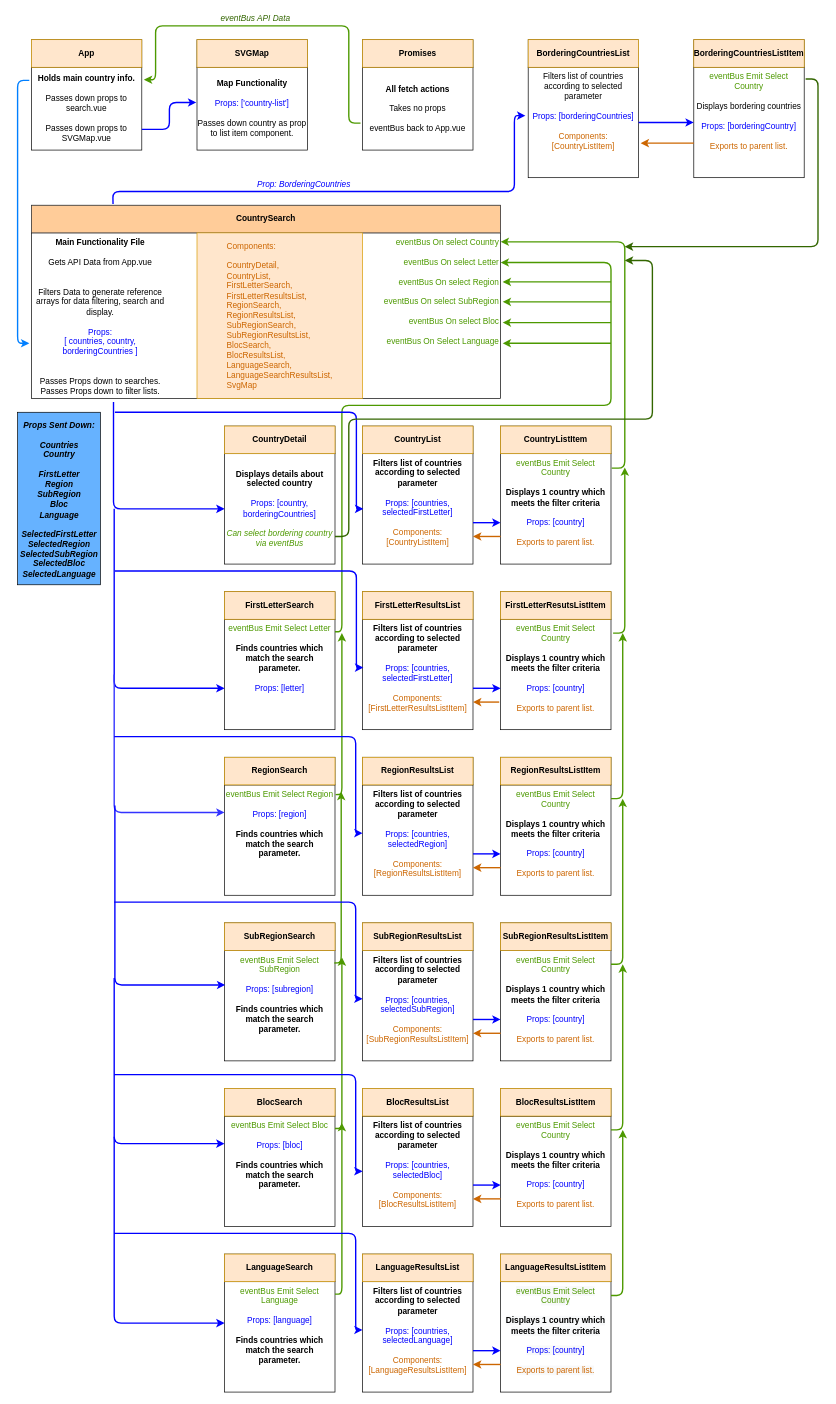
This is Untitled Diagram.drawio from mjmccoach/geoexplorers, a draw.io file, before an edit. Source tidied: cells renumbered, new cells numbered last; positions are measured from the earlier drawing's top-left corner, leaving out a move shared by most shapes. Both pictures are drawn from the tidied source at 69%, with x=0, y=0 at pixel (17, 12).
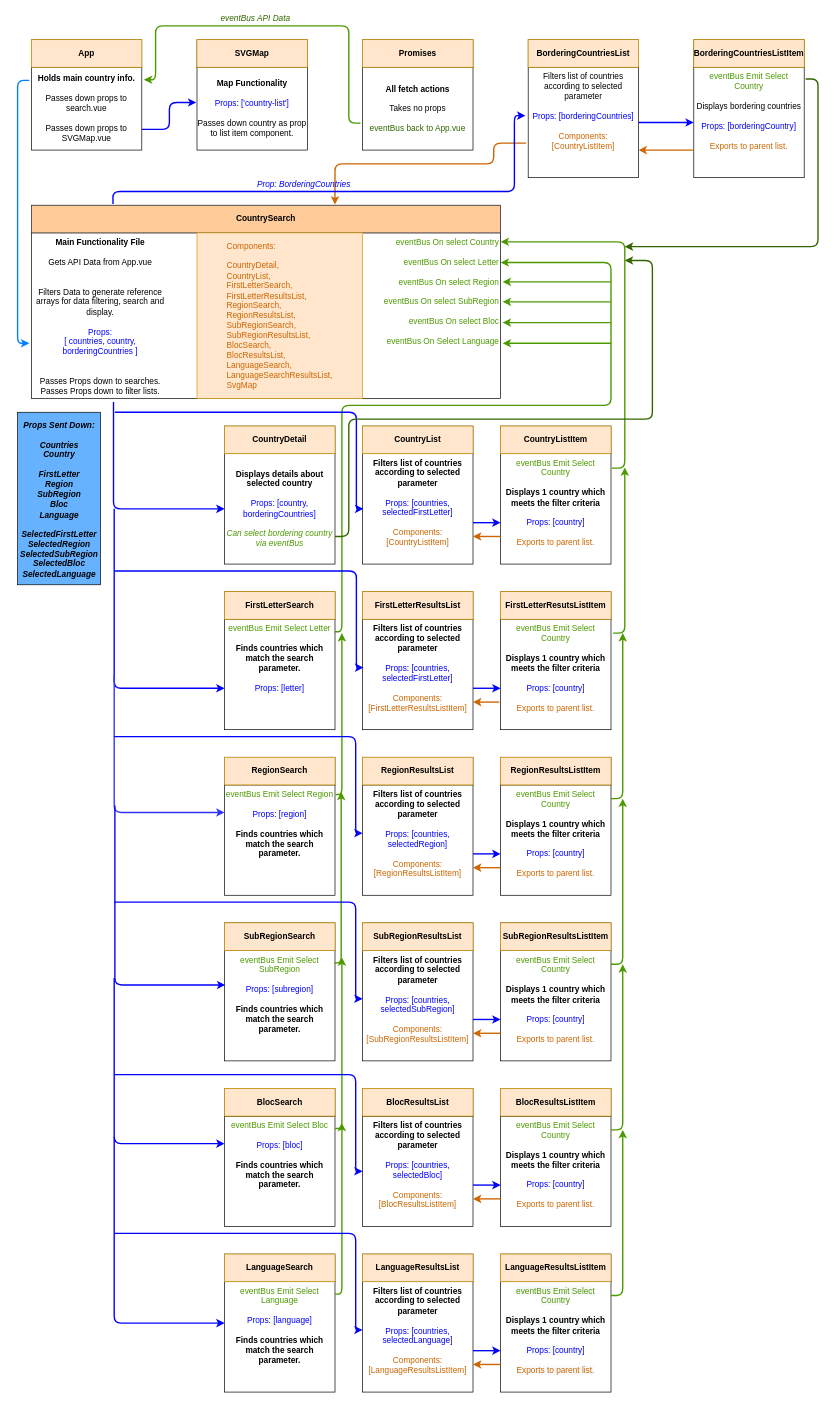
Above is the later version.

Unchanged cells that the change refers to:
```xml
<mxCell id="19" value="&lt;b&gt;CountrySearch&lt;/b&gt;" style="text;html=1;strokeColor=#36393d;fillColor=#ffcc99;align=center;verticalAlign=middle;whiteSpace=wrap;rounded=0;" parent="1" vertex="1">
  <mxGeometry x="20" y="280" width="680" height="40" as="geometry" />
</mxCell>
<mxCell id="71" value="&lt;span style=&quot;font-family: &amp;#34;helvetica&amp;#34; ; color: rgb(77 , 153 , 0)&quot;&gt;eventBus Emit Select Country&lt;br&gt;&lt;/span&gt;&lt;span style=&quot;font-family: &amp;#34;helvetica&amp;#34;&quot;&gt;&lt;br&gt;Displays bordering countries&lt;br&gt;&lt;br&gt;&lt;font color=&quot;#0000ff&quot;&gt;Props: [borderingCountry]&lt;br&gt;&lt;/font&gt;&lt;br&gt;&lt;font color=&quot;#cc6600&quot;&gt;Exports to parent list.&lt;/font&gt;&lt;/span&gt;" style="rounded=0;whiteSpace=wrap;html=1;verticalAlign=top;" parent="1" vertex="1">
  <mxGeometry x="980" y="80" width="160" height="160" as="geometry" />
</mxCell>
```

The edit, as a diff of the source:
```diff
@@
-    <mxCell id="11" value="&lt;b&gt;All fetch actions&lt;br&gt;&lt;/b&gt;&lt;br&gt;Takes no props&lt;br&gt;&lt;br&gt;eventBus back to App.vue" style="text;html=1;strokeColor=none;fillColor=none;align=center;verticalAlign=middle;whiteSpace=wrap;rounded=0;" parent="1" vertex="1">
+    <mxCell id="11" value="&lt;b&gt;All fetch actions&lt;br&gt;&lt;/b&gt;&lt;br&gt;Takes no props&lt;br&gt;&lt;br&gt;&lt;font color=&quot;#336600&quot;&gt;eventBus back to App.vue&lt;/font&gt;" style="text;html=1;strokeColor=none;fillColor=none;align=center;verticalAlign=middle;whiteSpace=wrap;rounded=0;" parent="1" vertex="1">
       <mxGeometry x="500" y="80" width="160" height="120" as="geometry" />
     </mxCell>
@@
-    <mxCell id="125" style="endArrow=classic;html=1;strokeWidth=2;strokeColor=#CC6600;exitX=0;exitY=0.75;exitDx=0;exitDy=0;" parent="1" edge="1">
+    <mxCell id="125" style="endArrow=classic;html=1;strokeWidth=2;strokeColor=#CC6600;exitX=0;exitY=0.75;exitDx=0;exitDy=0;entryX=0.647;entryY=-0.025;entryDx=0;entryDy=0;entryPerimeter=0;" parent="1" edge="1" target="19">
       <mxGeometry relative="1" as="geometry">
-        <mxPoint x="980" y="190" as="sourcePoint" />
-        <mxPoint x="903" y="190" as="targetPoint" />
+        <mxPoint x="737" y="190" as="sourcePoint" />
+        <Array as="points">
+          <mxPoint x="690" y="190" />
+          <mxPoint x="690" y="220" />
+          <mxPoint x="600" y="220" />
+          <mxPoint x="460" y="220" />
+        </Array>
       </mxGeometry>
     </mxCell>
@@
+    <mxCell id="132" style="endArrow=classic;html=1;strokeWidth=2;entryX=1;entryY=0.75;entryDx=0;entryDy=0;strokeColor=#CC6600;exitX=0;exitY=0.75;exitDx=0;exitDy=0;" parent="1" edge="1" source="71">
+      <mxGeometry relative="1" as="geometry">
+        <mxPoint x="900" y="200" as="targetPoint" />
+      </mxGeometry>
+    </mxCell>
```
